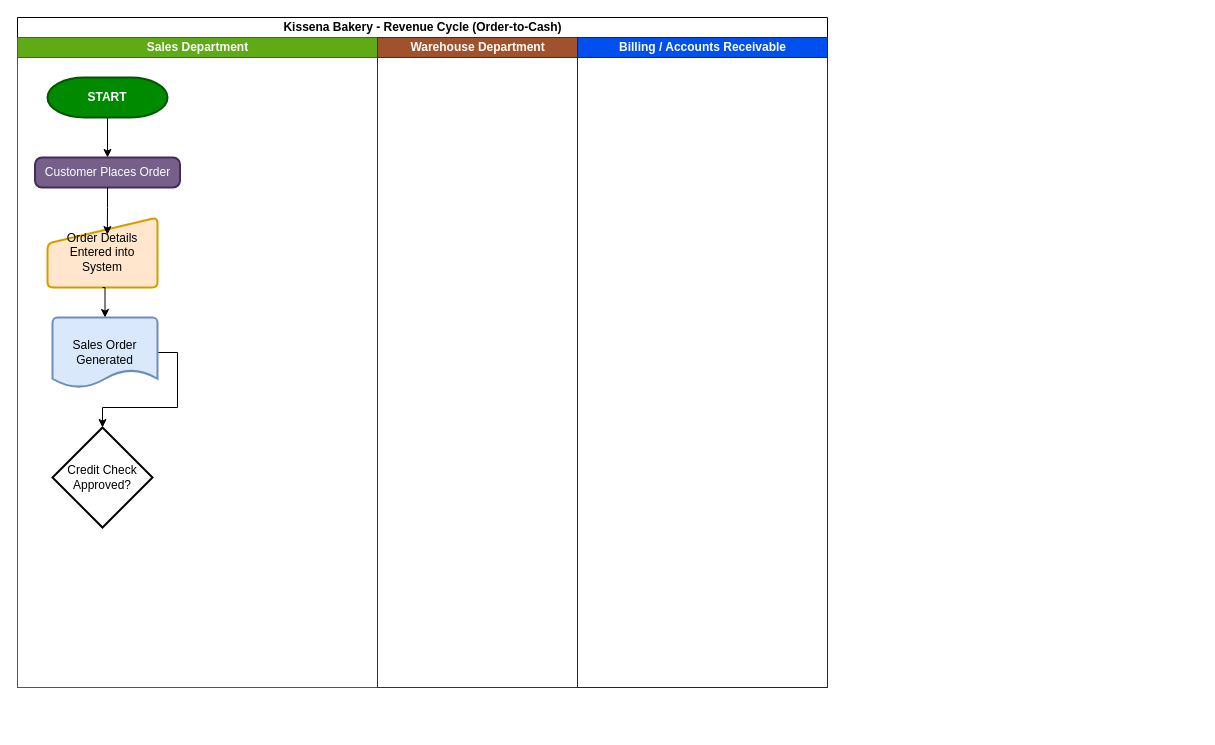
GuillermoMartinez1234/drawio keeps this draw.io diagram as page "Page 1" (1 of 2) of Revenue_Cycle_Controls.drawio. Above is the earlier version. Source tidied: cells renumbered, new cells numbered last; positions are measured from the earlier drawing's top-left corner, leaving out a move shared by most shapes. Both pictures are drawn from the tidied source at 100%, with x=0, y=0 at pixel (17, 17).
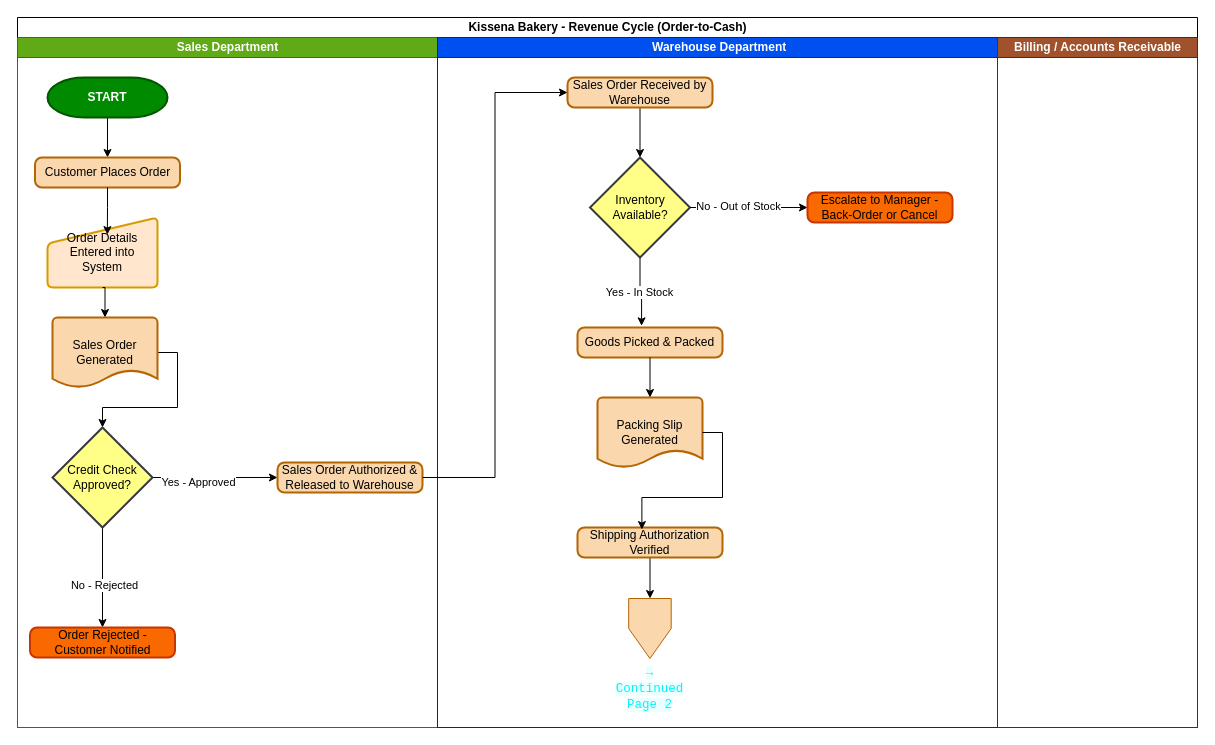
The same diagram, later.

Change to the diagram source:
```diff
@@
     <mxCell id="2" value="Kissena Bakery - Revenue Cycle (Order-to-Cash)" style="swimlane;startSize=20;html=1;" parent="1" vertex="1">
-      <mxGeometry width="810" height="670" as="geometry" />
+      <mxGeometry width="1180" height="710" as="geometry" />
     </mxCell>
     <mxCell id="3" value="Sales Department" style="swimlane;startSize=20;html=1;fillColor=#60a917;fontColor=#ffffff;strokeColor=#2D7600;" parent="2" vertex="1">
-      <mxGeometry y="20" width="360" height="650" as="geometry" />
+      <mxGeometry y="20" width="420" height="690" as="geometry" />
     </mxCell>
@@
-    <mxCell id="6" value="Customer Places Order" style="rounded=1;whiteSpace=wrap;html=1;absoluteArcSize=1;arcSize=14;strokeWidth=2;fillColor=#76608a;strokeColor=#432D57;fontColor=#ffffff;" parent="3" vertex="1">
+    <mxCell id="6" value="Customer Places Order" style="rounded=1;whiteSpace=wrap;html=1;absoluteArcSize=1;arcSize=14;strokeWidth=2;fillColor=#fad7ac;strokeColor=#b46504;" parent="3" vertex="1">
       <mxGeometry x="17.5" y="120" width="145" height="30" as="geometry" />
     </mxCell>
@@
-    <mxCell id="9" value="Sales Order Generated" style="strokeWidth=2;html=1;shape=mxgraph.flowchart.document2;whiteSpace=wrap;size=0.25;fillColor=#dae8fc;strokeColor=#6c8ebf;" parent="3" vertex="1">
+    <mxCell id="9" value="Sales Order Generated" style="strokeWidth=2;html=1;shape=mxgraph.flowchart.document2;whiteSpace=wrap;size=0.25;fillColor=#fad7ac;strokeColor=#b46504;" parent="3" vertex="1">
       <mxGeometry x="35" y="280" width="105" height="70" as="geometry" />
     </mxCell>
@@
+    <mxCell id="15" style="edgeStyle=orthogonalEdgeStyle;rounded=0;jettySize=auto;html=1;exitX=1;exitY=0.5;exitDx=0;exitDy=0;exitPerimeter=0;" parent="3" edge="1" source="12">
+      <mxGeometry relative="1" as="geometry">
+        <mxPoint x="260" y="440" as="targetPoint" />
+      </mxGeometry>
+    </mxCell>
+    <mxCell id="16" value="Yes - Approved" style="edgeLabel;html=1;align=center;verticalAlign=middle;" parent="15" vertex="1">
+      <mxGeometry x="-0.28" y="-4" relative="1" as="geometry" />
+    </mxCell>
+    <mxCell id="17" style="edgeStyle=orthogonalEdgeStyle;rounded=0;jettySize=auto;html=1;exitX=0.5;exitY=1;exitDx=0;exitDy=0;exitPerimeter=0;entryX=0.5;entryY=0;entryDx=0;entryDy=0;" parent="3" edge="1" source="12" target="19">
+      <mxGeometry relative="1" as="geometry" />
+    </mxCell>
+    <mxCell id="18" value="No - Rejected" style="edgeLabel;html=1;align=center;verticalAlign=middle;" parent="17" vertex="1">
+      <mxGeometry x="0.14" y="1" relative="1" as="geometry" />
+    </mxCell>
-    <mxCell id="12" value="Credit Check Approved?" style="strokeWidth=2;html=1;shape=mxgraph.flowchart.decision;whiteSpace=wrap;" parent="3" vertex="1">
+    <mxCell id="12" value="&lt;font style=&quot;color: light-dark(rgb(0, 0, 0), rgb(0, 0, 0));&quot;&gt;Credit Check Approved?&lt;/font&gt;" style="strokeWidth=2;html=1;shape=mxgraph.flowchart.decision;whiteSpace=wrap;fillColor=light-dark(#FFFF88,#FFFF00);strokeColor=#36393d;" parent="3" vertex="1">
       <mxGeometry x="35" y="390" width="100" height="100" as="geometry" />
     </mxCell>
+    <mxCell id="19" value="Order Rejected - Customer Notified" style="rounded=1;whiteSpace=wrap;html=1;absoluteArcSize=1;arcSize=14;strokeWidth=2;fillColor=light-dark(#FA6800,#FF0000);strokeColor=#C73500;fontColor=#000000;" parent="3" vertex="1">
+      <mxGeometry x="12.5" y="590" width="145" height="30" as="geometry" />
+    </mxCell>
+    <mxCell id="20" value="Sales Order Authorized &amp;amp; Released to Warehouse" style="rounded=1;whiteSpace=wrap;html=1;absoluteArcSize=1;arcSize=14;strokeWidth=2;fillColor=#fad7ac;strokeColor=#b46504;" parent="3" vertex="1">
+      <mxGeometry x="260" y="425" width="145" height="30" as="geometry" />
+    </mxCell>
+    <mxCell id="14" value="&amp;nbsp;Warehouse Department" style="swimlane;startSize=20;html=1;fillColor=#0050ef;fontColor=#ffffff;strokeColor=#001DBC;" parent="2" vertex="1">
+      <mxGeometry x="420" y="20" width="560" height="690" as="geometry" />
+    </mxCell>
+    <mxCell id="21" style="edgeStyle=orthogonalEdgeStyle;rounded=0;jettySize=auto;html=1;exitX=0.5;exitY=1;exitDx=0;exitDy=0;" parent="14" edge="1" source="22" target="25">
+      <mxGeometry relative="1" as="geometry" />
+    </mxCell>
+    <mxCell id="22" value="Sales Order Received by Warehouse" style="rounded=1;whiteSpace=wrap;html=1;absoluteArcSize=1;arcSize=14;strokeWidth=2;fillColor=#fad7ac;strokeColor=#b46504;" parent="14" vertex="1">
+      <mxGeometry x="130" y="40" width="145" height="30" as="geometry" />
+    </mxCell>
+    <mxCell id="23" style="edgeStyle=orthogonalEdgeStyle;rounded=0;jettySize=auto;html=1;exitX=0.5;exitY=1;exitDx=0;exitDy=0;exitPerimeter=0;entryX=0.442;entryY=-0.055;entryDx=0;entryDy=0;entryPerimeter=0;" parent="14" edge="1" source="25" target="29">
+      <mxGeometry relative="1" as="geometry" />
+    </mxCell>
+    <mxCell id="24" value="Yes - In Stock" style="edgeLabel;html=1;align=center;verticalAlign=middle;" parent="23" vertex="1">
+      <mxGeometry x="-0.04" y="-1" relative="1" as="geometry" />
+    </mxCell>
+    <mxCell id="25" value="&lt;font style=&quot;color: light-dark(rgb(0, 0, 0), rgb(0, 0, 0));&quot;&gt;Inventory Available?&lt;/font&gt;" style="strokeWidth=2;html=1;shape=mxgraph.flowchart.decision;whiteSpace=wrap;fillColor=light-dark(#FFFF88,#FFFF00);strokeColor=#36393d;" parent="14" vertex="1">
+      <mxGeometry x="152.5" y="120" width="100" height="100" as="geometry" />
+    </mxCell>
+    <mxCell id="26" value="Escalate to Manager - Back-Order or Cancel" style="rounded=1;whiteSpace=wrap;html=1;absoluteArcSize=1;arcSize=14;strokeWidth=2;fillColor=light-dark(#FA6800,#FF0000);strokeColor=#C73500;fontColor=#000000;" parent="14" vertex="1">
+      <mxGeometry x="370" y="155" width="145" height="30" as="geometry" />
+    </mxCell>
+    <mxCell id="27" style="edgeStyle=orthogonalEdgeStyle;rounded=0;jettySize=auto;html=1;exitX=1;exitY=0.5;exitDx=0;exitDy=0;exitPerimeter=0;entryX=0;entryY=0.5;entryDx=0;entryDy=0;" parent="14" edge="1" source="25" target="26">
+      <mxGeometry relative="1" as="geometry" />
+    </mxCell>
+    <mxCell id="28" value="No - Out of Stock" style="edgeLabel;html=1;align=center;verticalAlign=middle;" parent="27" vertex="1">
+      <mxGeometry x="-0.19" y="2" relative="1" as="geometry" />
+    </mxCell>
+    <mxCell id="29" value="Goods Picked &amp;amp; Packed" style="rounded=1;whiteSpace=wrap;html=1;absoluteArcSize=1;arcSize=14;strokeWidth=2;fillColor=#fad7ac;strokeColor=#b46504;" parent="14" vertex="1">
+      <mxGeometry x="140" y="290" width="145" height="30" as="geometry" />
+    </mxCell>
+    <mxCell id="30" value="Packing Slip Generated" style="strokeWidth=2;html=1;shape=mxgraph.flowchart.document2;whiteSpace=wrap;size=0.25;fillColor=#fad7ac;strokeColor=#b46504;" parent="14" vertex="1">
+      <mxGeometry x="160" y="360" width="105" height="70" as="geometry" />
+    </mxCell>
+    <mxCell id="31" style="edgeStyle=orthogonalEdgeStyle;rounded=0;jettySize=auto;html=1;exitX=0.5;exitY=1;exitDx=0;exitDy=0;" parent="14" edge="1" source="32" target="35">
+      <mxGeometry relative="1" as="geometry" />
+    </mxCell>
+    <mxCell id="32" value="Shipping Authorization Verified" style="rounded=1;whiteSpace=wrap;html=1;absoluteArcSize=1;arcSize=14;strokeWidth=2;fillColor=#fad7ac;strokeColor=#b46504;" parent="14" vertex="1">
+      <mxGeometry x="140" y="490" width="145" height="30" as="geometry" />
+    </mxCell>
+    <mxCell id="33" style="edgeStyle=orthogonalEdgeStyle;rounded=0;jettySize=auto;html=1;exitX=0.5;exitY=1;exitDx=0;exitDy=0;entryX=0.5;entryY=0;entryDx=0;entryDy=0;entryPerimeter=0;" parent="14" edge="1" source="29" target="30">
+      <mxGeometry relative="1" as="geometry" />
+    </mxCell>
+    <mxCell id="34" style="edgeStyle=orthogonalEdgeStyle;rounded=0;jettySize=auto;html=1;exitX=1;exitY=0.5;exitDx=0;exitDy=0;exitPerimeter=0;entryX=0.444;entryY=0.068;entryDx=0;entryDy=0;entryPerimeter=0;" parent="14" edge="1" source="30" target="32">
+      <mxGeometry relative="1" as="geometry" />
+    </mxCell>
+    <mxCell id="35" value="&lt;span style=&quot;color: rgb(0, 245, 255); font-family: &amp;quot;Share Tech Mono&amp;quot;, monospace; font-size: 12.512px; text-align: start; text-wrap-mode: wrap; background-color: rgba(0, 245, 255, 0.08);&quot;&gt;→ Continued Page 2&lt;/span&gt;" style="verticalLabelPosition=bottom;verticalAlign=top;html=1;shape=offPageConnector;rounded=0;size=0.5;fillColor=#fad7ac;strokeColor=#b46504;" parent="14" vertex="1">
+      <mxGeometry x="191.2" y="561" width="42.5" height="60" as="geometry" />
+    </mxCell>
-    <mxCell id="13" value="Warehouse Department" style="swimlane;startSize=20;html=1;fillColor=#a0522d;fontColor=#ffffff;strokeColor=#6D1F00;" parent="2" vertex="1">
-      <mxGeometry x="360" y="20" width="200" height="650" as="geometry" />
+    <mxCell id="13" value="Billing / Accounts Receivable" style="swimlane;startSize=20;html=1;fillColor=#a0522d;fontColor=#ffffff;strokeColor=#6D1F00;" parent="2" vertex="1">
+      <mxGeometry x="980" y="20" width="200" height="690" as="geometry" />
     </mxCell>
-    <mxCell id="14" value="Billing / Accounts Receivable" style="swimlane;startSize=20;html=1;fillColor=#0050ef;fontColor=#ffffff;strokeColor=#001DBC;" parent="2" vertex="1">
-      <mxGeometry x="560" y="20" width="250" height="650" as="geometry" />
-    </mxCell>
+    <mxCell id="36" style="edgeStyle=orthogonalEdgeStyle;rounded=0;jettySize=auto;html=1;exitX=1;exitY=0.5;exitDx=0;exitDy=0;entryX=0;entryY=0.5;entryDx=0;entryDy=0;" parent="2" edge="1" source="20" target="22">
+      <mxGeometry relative="1" as="geometry" />
+    </mxCell>
```
